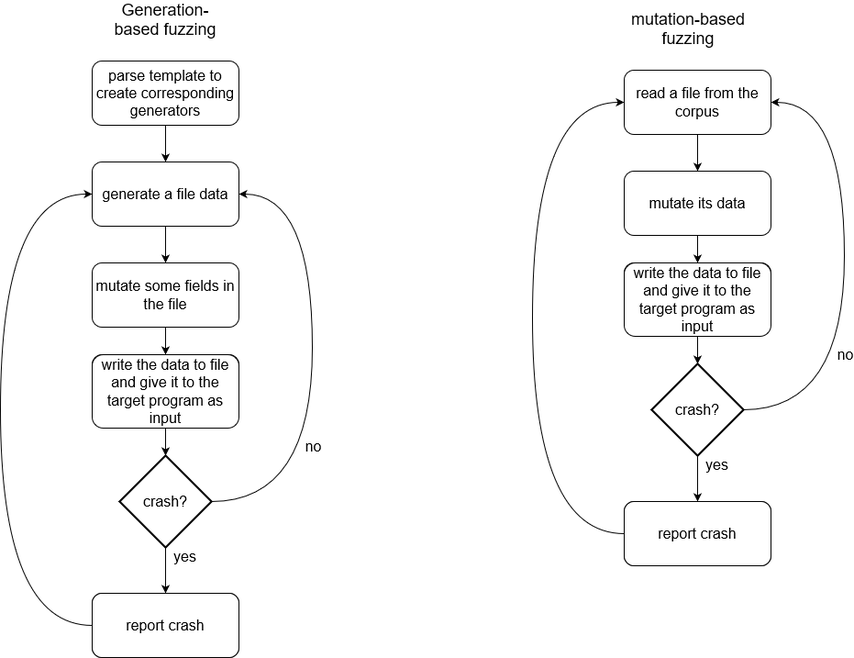
Earlier version of the draw.io export documentaion/flow.png (yairKoskas/Fuzzer). Source tidied: cells renumbered, new cells last; positions are measured from the earlier drawing's top-left corner, leaving out a move shared by most shapes. The source it was exported from:
```xml
<mxGraphModel>
  <root>
    <mxCell id="0" />
    <mxCell id="1" parent="0" />
    <mxCell id="2" style="edgeStyle=orthogonalEdgeStyle;curved=1;rounded=0;jettySize=auto;html=1;exitX=0.5;exitY=1;exitDx=0;exitDy=0;entryX=0.5;entryY=0;entryDx=0;entryDy=0;startArrow=none;startFill=0;fontSize=16;" parent="1" edge="1" source="3" target="5">
      <mxGeometry relative="1" as="geometry" />
    </mxCell>
    <mxCell id="3" value="parse template to create corresponding generators" style="rounded=1;whiteSpace=wrap;html=1;fontSize=16;glass=0;strokeWidth=1;shadow=0;" parent="1" vertex="1">
      <mxGeometry x="100" y="60" width="160" height="70" as="geometry" />
    </mxCell>
    <mxCell id="4" style="edgeStyle=orthogonalEdgeStyle;curved=1;rounded=0;jettySize=auto;html=1;exitX=0.5;exitY=1;exitDx=0;exitDy=0;entryX=0.5;entryY=0;entryDx=0;entryDy=0;startArrow=none;startFill=0;fontSize=16;" parent="1" edge="1" source="5" target="7">
      <mxGeometry relative="1" as="geometry" />
    </mxCell>
    <mxCell id="5" value="generate a file data" style="rounded=1;whiteSpace=wrap;html=1;fontSize=16;glass=0;strokeWidth=1;shadow=0;" parent="1" vertex="1">
      <mxGeometry x="100" y="170" width="160" height="70" as="geometry" />
    </mxCell>
    <mxCell id="6" style="edgeStyle=orthogonalEdgeStyle;curved=1;rounded=0;jettySize=auto;html=1;exitX=0.5;exitY=1;exitDx=0;exitDy=0;startArrow=none;startFill=0;fontSize=16;" parent="1" edge="1" source="7" target="9">
      <mxGeometry relative="1" as="geometry" />
    </mxCell>
    <mxCell id="7" value="mutate some fields in the file" style="rounded=1;whiteSpace=wrap;html=1;fontSize=16;glass=0;strokeWidth=1;shadow=0;" parent="1" vertex="1">
      <mxGeometry x="100" y="280" width="160" height="70" as="geometry" />
    </mxCell>
    <mxCell id="8" style="edgeStyle=orthogonalEdgeStyle;curved=1;rounded=0;jettySize=auto;html=1;exitX=0.5;exitY=1;exitDx=0;exitDy=0;startArrow=none;startFill=0;fontSize=16;" parent="1" edge="1" source="9" target="12">
      <mxGeometry relative="1" as="geometry" />
    </mxCell>
    <mxCell id="9" value="write the data to file and give it to the target program as input" style="rounded=1;whiteSpace=wrap;html=1;fontSize=16;glass=0;strokeWidth=1;shadow=0;" parent="1" vertex="1">
      <mxGeometry x="100" y="380" width="160" height="70" as="geometry" />
    </mxCell>
    <mxCell id="10" style="edgeStyle=orthogonalEdgeStyle;rounded=0;jettySize=auto;html=1;exitX=1;exitY=0.5;exitDx=0;exitDy=0;exitPerimeter=0;entryX=1;entryY=0.5;entryDx=0;entryDy=0;curved=1;startArrow=none;startFill=0;fontSize=16;" parent="1" edge="1" source="12" target="5">
      <mxGeometry relative="1" as="geometry">
        <Array as="points">
          <mxPoint x="340" y="540" />
          <mxPoint x="340" y="205" />
        </Array>
      </mxGeometry>
    </mxCell>
    <mxCell id="11" value="no" style="edgeLabel;html=1;align=center;verticalAlign=middle;fontSize=16;" parent="10" vertex="1">
      <mxGeometry x="-0.3" y="14" relative="1" as="geometry">
        <mxPoint x="14" y="15" as="offset" />
      </mxGeometry>
    </mxCell>
    <mxCell id="12" value="crash?" style="strokeWidth=2;html=1;shape=mxgraph.flowchart.decision;whiteSpace=wrap;fontSize=16;" parent="1" vertex="1">
      <mxGeometry x="130" y="490" width="100" height="100" as="geometry" />
    </mxCell>
    <mxCell id="13" value="report crash" style="rounded=1;whiteSpace=wrap;html=1;fontSize=16;glass=0;strokeWidth=1;shadow=0;" parent="1" vertex="1">
      <mxGeometry x="100" y="640" width="160" height="70" as="geometry" />
    </mxCell>
    <mxCell id="14" style="rounded=0;jettySize=auto;html=1;exitX=0.5;exitY=1;exitDx=0;exitDy=0;exitPerimeter=0;entryX=0.5;entryY=0;entryDx=0;entryDy=0;startArrow=none;startFill=0;fontSize=16;" parent="1" edge="1" source="12" target="13">
      <mxGeometry relative="1" as="geometry" />
    </mxCell>
    <mxCell id="15" value="yes" style="edgeLabel;html=1;align=center;verticalAlign=middle;fontSize=16;" parent="14" vertex="1">
      <mxGeometry x="-0.3" y="14" relative="1" as="geometry">
        <mxPoint x="6" y="-8" as="offset" />
      </mxGeometry>
    </mxCell>
    <mxCell id="16" style="rounded=0;jettySize=auto;html=1;exitX=0;exitY=0.5;exitDx=0;exitDy=0;entryX=0;entryY=0.5;entryDx=0;entryDy=0;startArrow=none;startFill=0;edgeStyle=orthogonalEdgeStyle;curved=1;fontSize=16;" parent="1" edge="1" source="13" target="5">
      <mxGeometry relative="1" as="geometry">
        <Array as="points">
          <mxPoint y="675" />
          <mxPoint y="205" />
        </Array>
      </mxGeometry>
    </mxCell>
    <mxCell id="17" value="report crash" style="rounded=1;whiteSpace=wrap;html=1;fontSize=16;glass=0;strokeWidth=1;shadow=0;" parent="1" vertex="1">
      <mxGeometry x="100" y="640" width="160" height="70" as="geometry" />
    </mxCell>
    <mxCell id="18" value="crash?" style="strokeWidth=2;html=1;shape=mxgraph.flowchart.decision;whiteSpace=wrap;fontSize=16;" parent="1" vertex="1">
      <mxGeometry x="130" y="490" width="100" height="100" as="geometry" />
    </mxCell>
    <mxCell id="19" value="write the data to file and give it to the target program as input" style="rounded=1;whiteSpace=wrap;html=1;fontSize=16;glass=0;strokeWidth=1;shadow=0;" parent="1" vertex="1">
      <mxGeometry x="100" y="380" width="160" height="80" as="geometry" />
    </mxCell>
    <mxCell id="20" value="Generation-based fuzzing" style="text;html=1;strokeColor=none;fillColor=none;align=center;verticalAlign=middle;whiteSpace=wrap;rounded=0;fontSize=18;" parent="1" vertex="1">
      <mxGeometry x="110" width="140" height="30" as="geometry" />
    </mxCell>
    <mxCell id="21" style="edgeStyle=orthogonalEdgeStyle;curved=1;rounded=0;jettySize=auto;html=1;exitX=0.5;exitY=1;exitDx=0;exitDy=0;entryX=0.5;entryY=0;entryDx=0;entryDy=0;startArrow=none;startFill=0;fontSize=16;" parent="1" edge="1" source="22" target="24">
      <mxGeometry relative="1" as="geometry" />
    </mxCell>
    <mxCell id="22" value="read a file from the corpus" style="rounded=1;whiteSpace=wrap;html=1;fontSize=16;glass=0;strokeWidth=1;shadow=0;" parent="1" vertex="1">
      <mxGeometry x="680" y="70" width="160" height="70" as="geometry" />
    </mxCell>
    <mxCell id="23" style="edgeStyle=orthogonalEdgeStyle;curved=1;rounded=0;jettySize=auto;html=1;exitX=0.5;exitY=1;exitDx=0;exitDy=0;startArrow=none;startFill=0;fontSize=16;" parent="1" edge="1" source="24" target="26">
      <mxGeometry relative="1" as="geometry" />
    </mxCell>
    <mxCell id="24" value="mutate its data" style="rounded=1;whiteSpace=wrap;html=1;fontSize=16;glass=0;strokeWidth=1;shadow=0;" parent="1" vertex="1">
      <mxGeometry x="680" y="180" width="160" height="70" as="geometry" />
    </mxCell>
    <mxCell id="25" style="edgeStyle=orthogonalEdgeStyle;curved=1;rounded=0;jettySize=auto;html=1;exitX=0.5;exitY=1;exitDx=0;exitDy=0;startArrow=none;startFill=0;fontSize=16;" parent="1" edge="1" source="26" target="29">
      <mxGeometry relative="1" as="geometry" />
    </mxCell>
    <mxCell id="26" value="write the data to file and give it to the target program as input" style="rounded=1;whiteSpace=wrap;html=1;fontSize=16;glass=0;strokeWidth=1;shadow=0;" parent="1" vertex="1">
      <mxGeometry x="680" y="280" width="160" height="70" as="geometry" />
    </mxCell>
    <mxCell id="27" style="edgeStyle=orthogonalEdgeStyle;rounded=0;jettySize=auto;html=1;exitX=1;exitY=0.5;exitDx=0;exitDy=0;exitPerimeter=0;entryX=1;entryY=0.5;entryDx=0;entryDy=0;curved=1;startArrow=none;startFill=0;fontSize=16;" parent="1" edge="1" source="29" target="22">
      <mxGeometry relative="1" as="geometry">
        <Array as="points">
          <mxPoint x="920" y="440" />
          <mxPoint x="920" y="105" />
        </Array>
      </mxGeometry>
    </mxCell>
    <mxCell id="28" value="no" style="edgeLabel;html=1;align=center;verticalAlign=middle;fontSize=16;" parent="27" vertex="1">
      <mxGeometry x="-0.3" y="14" relative="1" as="geometry">
        <mxPoint x="14" y="15" as="offset" />
      </mxGeometry>
    </mxCell>
    <mxCell id="29" value="crash?" style="strokeWidth=2;html=1;shape=mxgraph.flowchart.decision;whiteSpace=wrap;fontSize=16;" parent="1" vertex="1">
      <mxGeometry x="710" y="390" width="100" height="100" as="geometry" />
    </mxCell>
    <mxCell id="30" value="report crash" style="rounded=1;whiteSpace=wrap;html=1;fontSize=16;glass=0;strokeWidth=1;shadow=0;" parent="1" vertex="1">
      <mxGeometry x="680" y="540" width="160" height="70" as="geometry" />
    </mxCell>
    <mxCell id="31" style="rounded=0;jettySize=auto;html=1;exitX=0.5;exitY=1;exitDx=0;exitDy=0;exitPerimeter=0;entryX=0.5;entryY=0;entryDx=0;entryDy=0;startArrow=none;startFill=0;fontSize=16;" parent="1" edge="1" source="29" target="30">
      <mxGeometry relative="1" as="geometry" />
    </mxCell>
    <mxCell id="32" value="yes" style="edgeLabel;html=1;align=center;verticalAlign=middle;fontSize=16;" parent="31" vertex="1">
      <mxGeometry x="-0.3" y="14" relative="1" as="geometry">
        <mxPoint x="6" y="-8" as="offset" />
      </mxGeometry>
    </mxCell>
    <mxCell id="33" style="rounded=0;jettySize=auto;html=1;exitX=0;exitY=0.5;exitDx=0;exitDy=0;entryX=0;entryY=0.5;entryDx=0;entryDy=0;startArrow=none;startFill=0;edgeStyle=orthogonalEdgeStyle;curved=1;fontSize=16;" parent="1" edge="1" source="30" target="22">
      <mxGeometry relative="1" as="geometry">
        <Array as="points">
          <mxPoint x="580" y="575" />
          <mxPoint x="580" y="105" />
        </Array>
      </mxGeometry>
    </mxCell>
    <mxCell id="34" value="report crash" style="rounded=1;whiteSpace=wrap;html=1;fontSize=16;glass=0;strokeWidth=1;shadow=0;" parent="1" vertex="1">
      <mxGeometry x="680" y="540" width="160" height="70" as="geometry" />
    </mxCell>
    <mxCell id="35" value="crash?" style="strokeWidth=2;html=1;shape=mxgraph.flowchart.decision;whiteSpace=wrap;fontSize=16;" parent="1" vertex="1">
      <mxGeometry x="710" y="390" width="100" height="100" as="geometry" />
    </mxCell>
    <mxCell id="36" value="write the data to file and give it to the target program as input" style="rounded=1;whiteSpace=wrap;html=1;fontSize=16;glass=0;strokeWidth=1;shadow=0;" parent="1" vertex="1">
      <mxGeometry x="680" y="280" width="160" height="80" as="geometry" />
    </mxCell>
    <mxCell id="37" value="mutation-based fuzzing" style="text;html=1;strokeColor=none;fillColor=none;align=center;verticalAlign=middle;whiteSpace=wrap;rounded=0;fontSize=18;" parent="1" vertex="1">
      <mxGeometry x="680" y="10" width="140" height="30" as="geometry" />
    </mxCell>
  </root>
</mxGraphModel>
```
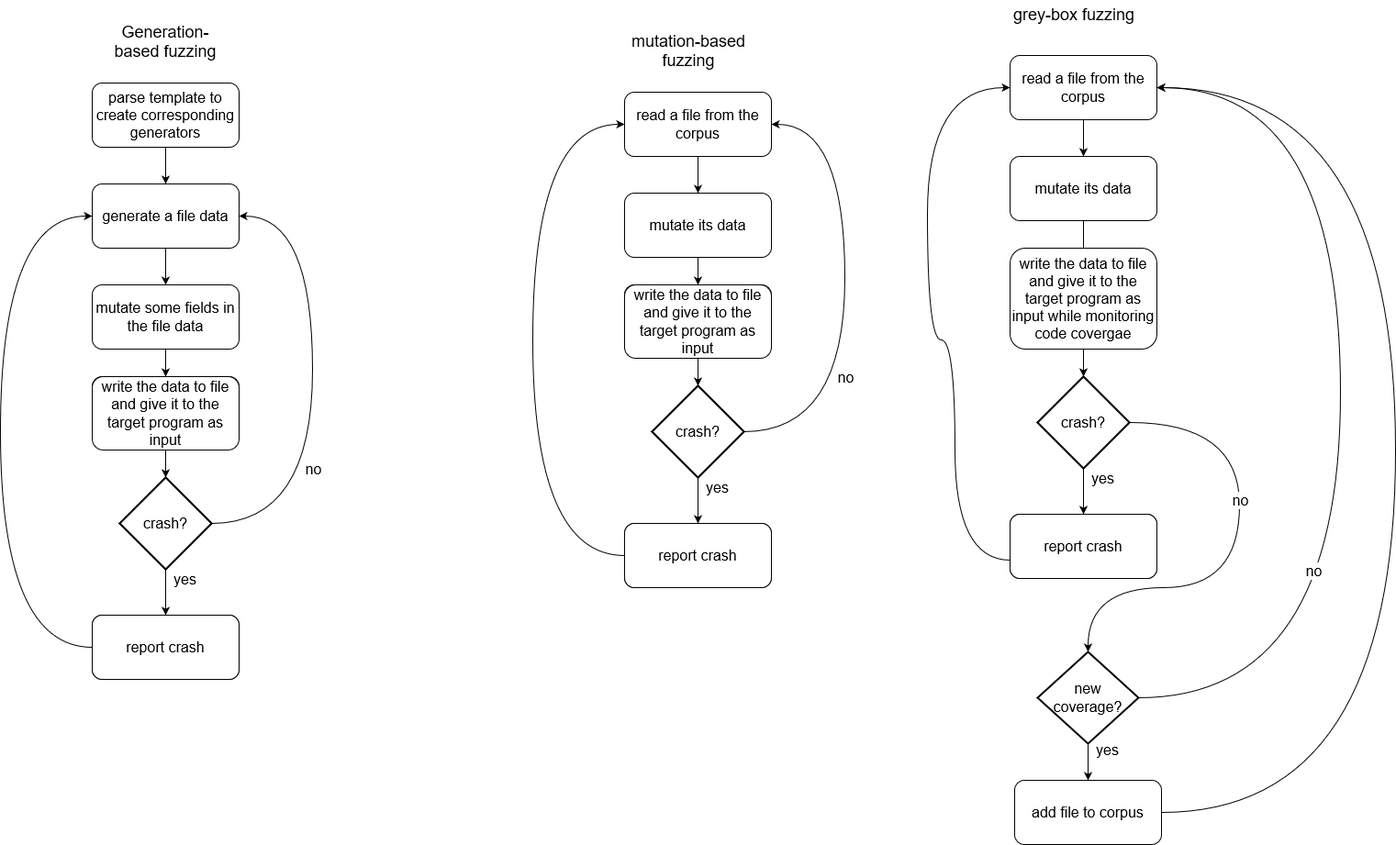
After the commit.

What changed in the source:
```diff
@@ -17,7 +17,7 @@
     <mxCell id="6" style="edgeStyle=orthogonalEdgeStyle;curved=1;rounded=0;jettySize=auto;html=1;exitX=0.5;exitY=1;exitDx=0;exitDy=0;startArrow=none;startFill=0;fontSize=16;" parent="1" edge="1" source="7" target="9">
       <mxGeometry relative="1" as="geometry" />
     </mxCell>
-    <mxCell id="7" value="mutate some fields in the file" style="rounded=1;whiteSpace=wrap;html=1;fontSize=16;glass=0;strokeWidth=1;shadow=0;" parent="1" vertex="1">
+    <mxCell id="7" value="mutate some fields in the file data" style="rounded=1;whiteSpace=wrap;html=1;fontSize=16;glass=0;strokeWidth=1;shadow=0;" parent="1" vertex="1">
       <mxGeometry x="100" y="280" width="160" height="70" as="geometry" />
     </mxCell>
     <mxCell id="8" style="edgeStyle=orthogonalEdgeStyle;curved=1;rounded=0;jettySize=auto;html=1;exitX=0.5;exitY=1;exitDx=0;exitDy=0;startArrow=none;startFill=0;fontSize=16;" parent="1" edge="1" source="9" target="12">
@@ -138,5 +138,109 @@
     <mxCell id="37" value="mutation-based fuzzing" style="text;html=1;strokeColor=none;fillColor=none;align=center;verticalAlign=middle;whiteSpace=wrap;rounded=0;fontSize=18;" parent="1" vertex="1">
       <mxGeometry x="680" y="10" width="140" height="30" as="geometry" />
     </mxCell>
+    <mxCell id="38" style="edgeStyle=orthogonalEdgeStyle;curved=1;rounded=0;jettySize=auto;html=1;exitX=0.5;exitY=1;exitDx=0;exitDy=0;entryX=0.5;entryY=0;entryDx=0;entryDy=0;startArrow=none;startFill=0;fontSize=16;" parent="1" edge="1" source="39" target="41">
+      <mxGeometry relative="1" as="geometry" />
+    </mxCell>
+    <mxCell id="39" value="read a file from the corpus" style="rounded=1;whiteSpace=wrap;html=1;fontSize=16;glass=0;strokeWidth=1;shadow=0;" parent="1" vertex="1">
+      <mxGeometry x="1100" y="30" width="160" height="70" as="geometry" />
+    </mxCell>
+    <mxCell id="40" style="edgeStyle=orthogonalEdgeStyle;curved=1;rounded=0;jettySize=auto;html=1;exitX=0.5;exitY=1;exitDx=0;exitDy=0;startArrow=none;startFill=0;fontSize=16;" parent="1" edge="1" source="41" target="43">
+      <mxGeometry relative="1" as="geometry" />
+    </mxCell>
+    <mxCell id="41" value="mutate its data" style="rounded=1;whiteSpace=wrap;html=1;fontSize=16;glass=0;strokeWidth=1;shadow=0;" parent="1" vertex="1">
+      <mxGeometry x="1100" y="140" width="160" height="70" as="geometry" />
+    </mxCell>
+    <mxCell id="42" style="edgeStyle=orthogonalEdgeStyle;curved=1;rounded=0;jettySize=auto;html=1;exitX=0.5;exitY=1;exitDx=0;exitDy=0;startArrow=none;startFill=0;fontSize=16;" parent="1" edge="1" source="43" target="46">
+      <mxGeometry relative="1" as="geometry" />
+    </mxCell>
+    <mxCell id="43" value="write the data to file and give it to the target program as input" style="rounded=1;whiteSpace=wrap;html=1;fontSize=16;glass=0;strokeWidth=1;shadow=0;" parent="1" vertex="1">
+      <mxGeometry x="1100" y="270" width="160" height="70" as="geometry" />
+    </mxCell>
+    <mxCell id="44" style="rounded=0;jettySize=auto;html=1;exitX=1;exitY=0.5;exitDx=0;exitDy=0;exitPerimeter=0;entryX=0.5;entryY=0;entryDx=0;entryDy=0;startArrow=none;startFill=0;fontSize=16;entryPerimeter=0;edgeStyle=orthogonalEdgeStyle;curved=1;" parent="1" edge="1" source="46" target="55">
+      <mxGeometry relative="1" as="geometry">
+        <Array as="points">
+          <mxPoint x="1350" y="430" />
+          <mxPoint x="1350" y="610" />
+          <mxPoint x="1185" y="610" />
+        </Array>
+      </mxGeometry>
+    </mxCell>
+    <mxCell id="45" value="no" style="edgeLabel;html=1;align=center;verticalAlign=middle;fontSize=16;" parent="44" vertex="1">
+      <mxGeometry x="-0.3" y="14" relative="1" as="geometry">
+        <mxPoint x="-14" y="15" as="offset" />
+      </mxGeometry>
+    </mxCell>
+    <mxCell id="46" value="crash?" style="strokeWidth=2;html=1;shape=mxgraph.flowchart.decision;whiteSpace=wrap;fontSize=16;" parent="1" vertex="1">
+      <mxGeometry x="1130" y="380" width="100" height="100" as="geometry" />
+    </mxCell>
+    <mxCell id="47" value="report crash" style="rounded=1;whiteSpace=wrap;html=1;fontSize=16;glass=0;strokeWidth=1;shadow=0;" parent="1" vertex="1">
+      <mxGeometry x="1100" y="530" width="160" height="70" as="geometry" />
+    </mxCell>
+    <mxCell id="48" style="rounded=0;jettySize=auto;html=1;entryX=0.5;entryY=0;entryDx=0;entryDy=0;startArrow=none;startFill=0;fontSize=16;" parent="1" edge="1" source="52" target="47">
+      <mxGeometry relative="1" as="geometry" />
+    </mxCell>
+    <mxCell id="49" value="yes" style="edgeLabel;html=1;align=center;verticalAlign=middle;fontSize=16;" parent="48" vertex="1">
+      <mxGeometry x="-0.3" y="14" relative="1" as="geometry">
+        <mxPoint x="6" y="-8" as="offset" />
+      </mxGeometry>
+    </mxCell>
+    <mxCell id="50" style="rounded=0;jettySize=auto;html=1;exitX=0;exitY=0.5;exitDx=0;exitDy=0;entryX=0;entryY=0.5;entryDx=0;entryDy=0;startArrow=none;startFill=0;fontSize=16;edgeStyle=orthogonalEdgeStyle;curved=1;" parent="1" edge="1" target="39">
+      <mxGeometry relative="1" as="geometry">
+        <mxPoint x="1100" y="580" as="sourcePoint" />
+        <Array as="points">
+          <mxPoint x="1040" y="580" />
+          <mxPoint x="1040" y="340" />
+          <mxPoint x="1010" y="340" />
+          <mxPoint x="1010" y="65" />
+        </Array>
+      </mxGeometry>
+    </mxCell>
+    <mxCell id="51" value="report crash" style="rounded=1;whiteSpace=wrap;html=1;fontSize=16;glass=0;strokeWidth=1;shadow=0;" parent="1" vertex="1">
+      <mxGeometry x="1100" y="530" width="160" height="70" as="geometry" />
+    </mxCell>
+    <mxCell id="52" value="crash?" style="strokeWidth=2;html=1;shape=mxgraph.flowchart.decision;whiteSpace=wrap;fontSize=16;" parent="1" vertex="1">
+      <mxGeometry x="1130" y="380" width="100" height="100" as="geometry" />
+    </mxCell>
+    <mxCell id="53" value="write the data to file and give it to the target program as input while monitoring code covergae" style="rounded=1;whiteSpace=wrap;html=1;fontSize=16;glass=0;strokeWidth=1;shadow=0;" parent="1" vertex="1">
+      <mxGeometry x="1100" y="240" width="160" height="110" as="geometry" />
+    </mxCell>
+    <mxCell id="54" value="grey-box fuzzing" style="text;html=1;strokeColor=none;fillColor=none;align=center;verticalAlign=middle;whiteSpace=wrap;rounded=0;fontSize=18;" parent="1" vertex="1">
+      <mxGeometry x="1100" y="-30" width="140" height="30" as="geometry" />
+    </mxCell>
+    <mxCell id="55" value="new coverage?" style="strokeWidth=2;html=1;shape=mxgraph.flowchart.decision;whiteSpace=wrap;fontSize=16;" parent="1" vertex="1">
+      <mxGeometry x="1130" y="680" width="110" height="100" as="geometry" />
+    </mxCell>
+    <mxCell id="56" style="rounded=0;jettySize=auto;html=1;exitX=1;exitY=0.5;exitDx=0;exitDy=0;exitPerimeter=0;entryX=1;entryY=0.5;entryDx=0;entryDy=0;startArrow=none;startFill=0;fontSize=16;edgeStyle=orthogonalEdgeStyle;curved=1;" parent="1" edge="1" source="55" target="39">
+      <mxGeometry relative="1" as="geometry">
+        <Array as="points">
+          <mxPoint x="1460" y="730" />
+          <mxPoint x="1460" y="65" />
+        </Array>
+      </mxGeometry>
+    </mxCell>
+    <mxCell id="57" value="no" style="edgeLabel;html=1;align=center;verticalAlign=middle;fontSize=16;" parent="56" vertex="1">
+      <mxGeometry x="-0.3" y="14" relative="1" as="geometry">
+        <mxPoint x="-16" y="23" as="offset" />
+      </mxGeometry>
+    </mxCell>
+    <mxCell id="58" style="rounded=0;jettySize=auto;html=1;startArrow=none;startFill=0;fontSize=16;exitX=0.5;exitY=1;exitDx=0;exitDy=0;exitPerimeter=0;entryX=0.5;entryY=0;entryDx=0;entryDy=0;" parent="1" edge="1" source="55" target="60">
+      <mxGeometry relative="1" as="geometry" />
+    </mxCell>
+    <mxCell id="59" value="yes" style="edgeLabel;html=1;align=center;verticalAlign=middle;fontSize=16;" parent="58" vertex="1">
+      <mxGeometry x="-0.3" y="14" relative="1" as="geometry">
+        <mxPoint x="6" y="-8" as="offset" />
+      </mxGeometry>
+    </mxCell>
+    <mxCell id="60" value="add file to corpus" style="rounded=1;whiteSpace=wrap;html=1;fontSize=16;glass=0;strokeWidth=1;shadow=0;" parent="1" vertex="1">
+      <mxGeometry x="1105" y="820" width="160" height="70" as="geometry" />
+    </mxCell>
+    <mxCell id="61" style="rounded=0;jettySize=auto;html=1;exitX=1;exitY=0.5;exitDx=0;exitDy=0;entryX=1;entryY=0.5;entryDx=0;entryDy=0;startArrow=none;startFill=0;fontSize=16;edgeStyle=orthogonalEdgeStyle;curved=1;" parent="1" edge="1" source="60" target="39">
+      <mxGeometry relative="1" as="geometry">
+        <Array as="points">
+          <mxPoint x="1520" y="855" />
+          <mxPoint x="1520" y="65" />
+        </Array>
+      </mxGeometry>
+    </mxCell>
   </root>
 </mxGraphModel>
```
